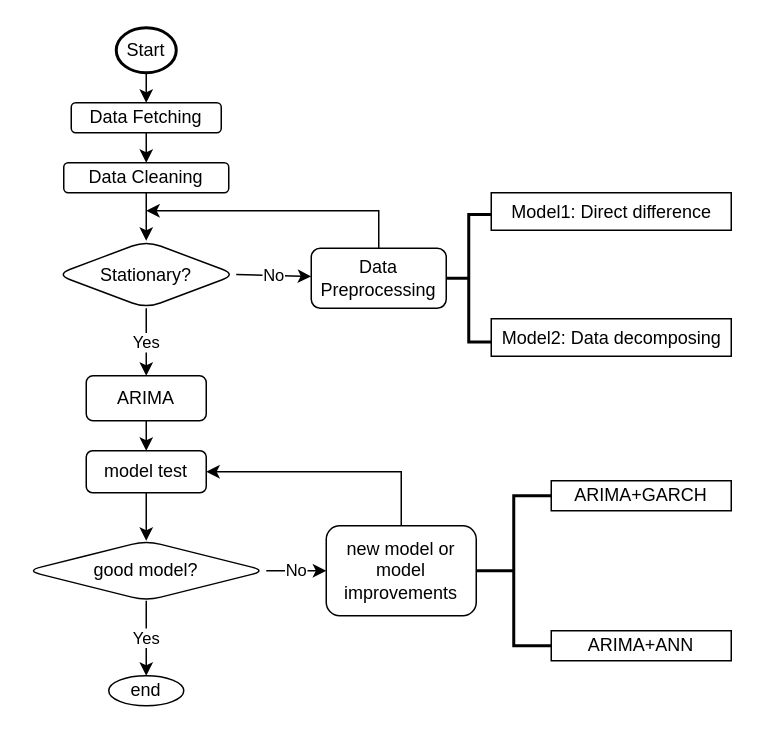
zzp1012/tesla-stock-prediction keeps this draw.io diagram as figures/Untitled Diagram.drawio. Above is the earlier version. Source tidied: cells renumbered, new cells numbered last; positions are measured from the earlier drawing's top-left corner, leaving out a move shared by most shapes. Both pictures are drawn from the tidied source at 150%, with x=0, y=0 at pixel (26, 27).
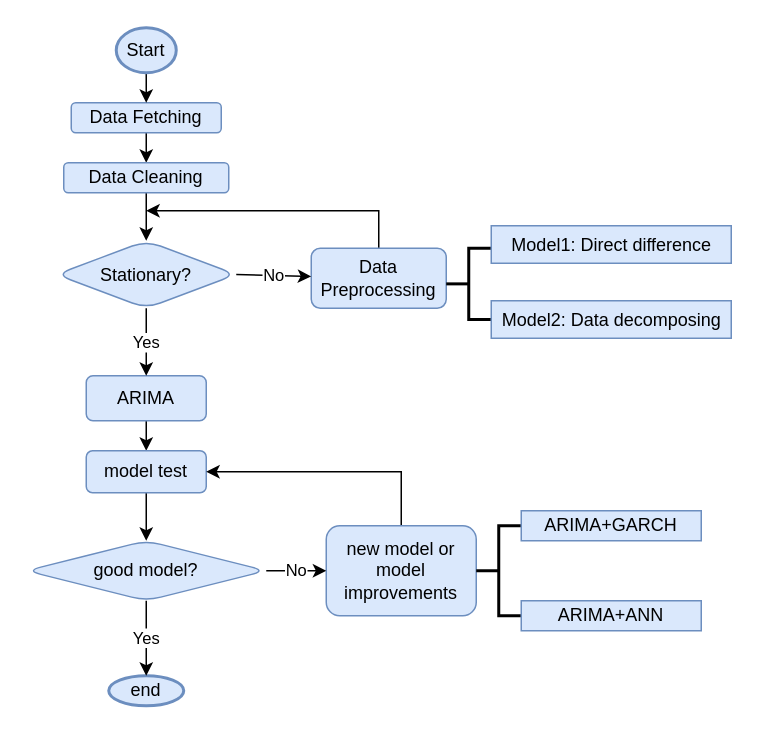
The same page after the edit.

The edit, as a diff of the source:
```diff
@@
-    <mxCell id="3" value="Data Fetching" style="rounded=1;whiteSpace=wrap;html=1;fontSize=12;glass=0;strokeWidth=1;shadow=0;" parent="1" vertex="1">
+    <mxCell id="3" value="Data Fetching" style="rounded=1;whiteSpace=wrap;html=1;fontSize=12;glass=0;strokeWidth=1;shadow=0;fillColor=#dae8fc;strokeColor=#6c8ebf;" parent="1" vertex="1">
       <mxGeometry x="30" y="50" width="100" height="20" as="geometry" />
     </mxCell>
@@
-    <mxCell id="5" value="Data Cleaning" style="rounded=1;whiteSpace=wrap;html=1;fontSize=12;glass=0;strokeWidth=1;shadow=0;" parent="1" vertex="1">
+    <mxCell id="5" value="Data Cleaning" style="rounded=1;whiteSpace=wrap;html=1;fontSize=12;glass=0;strokeWidth=1;shadow=0;fillColor=#dae8fc;strokeColor=#6c8ebf;" parent="1" vertex="1">
       <mxGeometry x="25" y="90" width="110" height="20" as="geometry" />
     </mxCell>
@@
-    <mxCell id="7" value="Start" style="strokeWidth=2;html=1;shape=mxgraph.flowchart.start_1;whiteSpace=wrap;" parent="1" vertex="1">
+    <mxCell id="7" value="Start" style="strokeWidth=2;html=1;shape=mxgraph.flowchart.start_1;whiteSpace=wrap;fillColor=#dae8fc;strokeColor=#6c8ebf;" parent="1" vertex="1">
       <mxGeometry x="60" width="40" height="30" as="geometry" />
     </mxCell>
-    <mxCell id="8" value="Stationary?" style="rhombus;whiteSpace=wrap;html=1;rounded=1;shadow=0;strokeWidth=1;glass=0;" parent="1" vertex="1">
+    <mxCell id="8" value="Stationary?" style="rhombus;whiteSpace=wrap;html=1;rounded=1;shadow=0;strokeWidth=1;glass=0;fillColor=#dae8fc;strokeColor=#6c8ebf;" parent="1" vertex="1">
       <mxGeometry x="20" y="142" width="120" height="45" as="geometry" />
     </mxCell>
@@
-    <mxCell id="10" value="Data Preprocessing" style="whiteSpace=wrap;html=1;rounded=1;shadow=0;strokeWidth=1;glass=0;" parent="1" vertex="1">
+    <mxCell id="10" value="Data Preprocessing" style="whiteSpace=wrap;html=1;rounded=1;shadow=0;strokeWidth=1;glass=0;fillColor=#dae8fc;strokeColor=#6c8ebf;" parent="1" vertex="1">
       <mxGeometry x="190" y="147" width="90" height="40" as="geometry" />
     </mxCell>
@@
-    <mxCell id="13" value="ARIMA" style="whiteSpace=wrap;html=1;rounded=1;shadow=0;strokeWidth=1;glass=0;" parent="1" vertex="1">
+    <mxCell id="13" value="ARIMA" style="whiteSpace=wrap;html=1;rounded=1;shadow=0;strokeWidth=1;glass=0;fillColor=#dae8fc;strokeColor=#6c8ebf;" parent="1" vertex="1">
       <mxGeometry x="40" y="232" width="80" height="30" as="geometry" />
     </mxCell>
@@
-    <mxCell id="16" value="model test" style="whiteSpace=wrap;html=1;rounded=1;shadow=0;strokeWidth=1;glass=0;" parent="1" vertex="1">
+    <mxCell id="16" value="model test" style="whiteSpace=wrap;html=1;rounded=1;shadow=0;strokeWidth=1;glass=0;fillColor=#dae8fc;strokeColor=#6c8ebf;" parent="1" vertex="1">
       <mxGeometry x="40" y="282" width="80" height="28" as="geometry" />
     </mxCell>
-    <mxCell id="17" value="good model?" style="rhombus;whiteSpace=wrap;html=1;rounded=1;shadow=0;strokeWidth=1;glass=0;" parent="1" vertex="1">
+    <mxCell id="17" value="good model?" style="rhombus;whiteSpace=wrap;html=1;rounded=1;shadow=0;strokeWidth=1;glass=0;fillColor=#dae8fc;strokeColor=#6c8ebf;" parent="1" vertex="1">
       <mxGeometry y="342" width="160" height="40" as="geometry" />
     </mxCell>
@@
-    <mxCell id="19" value="new model or model improvements" style="whiteSpace=wrap;html=1;rounded=1;shadow=0;strokeWidth=1;glass=0;" parent="1" vertex="1">
+    <mxCell id="19" value="new model or model improvements" style="whiteSpace=wrap;html=1;rounded=1;shadow=0;strokeWidth=1;glass=0;fillColor=#dae8fc;strokeColor=#6c8ebf;" parent="1" vertex="1">
       <mxGeometry x="200" y="332" width="100" height="60" as="geometry" />
     </mxCell>
@@
-    <mxCell id="21" value="end" style="ellipse;whiteSpace=wrap;html=1;rounded=1;shadow=0;strokeWidth=1;glass=0;" parent="1" vertex="1">
+    <mxCell id="21" value="end" style="ellipse;whiteSpace=wrap;html=1;rounded=1;shadow=0;strokeWidth=2;glass=0;fillColor=#dae8fc;strokeColor=#6c8ebf;" parent="1" vertex="1">
       <mxGeometry x="55" y="432" width="50" height="20" as="geometry" />
     </mxCell>
@@
     <mxCell id="23" style="strokeWidth=2;html=1;shape=mxgraph.flowchart.annotation_2;align=left;labelPosition=right;" parent="1" vertex="1">
-      <mxGeometry x="280" y="124.5" width="30" height="85" as="geometry" />
+      <mxGeometry x="280" y="147" width="30" height="47.5" as="geometry" />
     </mxCell>
-    <mxCell id="24" value="Model1: Direct difference" style="html=1;" parent="1" vertex="1">
-      <mxGeometry x="310" y="110" width="160" height="25" as="geometry" />
+    <mxCell id="24" value="Model1: Direct difference" style="html=1;fillColor=#dae8fc;strokeColor=#6c8ebf;" parent="1" vertex="1">
+      <mxGeometry x="310" y="132" width="160" height="25" as="geometry" />
     </mxCell>
-    <mxCell id="25" value="Model2: Data decomposing" style="html=1;" parent="1" vertex="1">
-      <mxGeometry x="310" y="194" width="160" height="25" as="geometry" />
+    <mxCell id="25" value="Model2: Data decomposing" style="html=1;fillColor=#dae8fc;strokeColor=#6c8ebf;" parent="1" vertex="1">
+      <mxGeometry x="310" y="182" width="160" height="25" as="geometry" />
     </mxCell>
@@
     <mxCell id="27" style="strokeWidth=2;html=1;shape=mxgraph.flowchart.annotation_2;align=left;labelPosition=right;" parent="1" vertex="1">
-      <mxGeometry x="300" y="312" width="50" height="100" as="geometry" />
+      <mxGeometry x="300" y="332" width="30" height="60" as="geometry" />
     </mxCell>
-    <mxCell id="28" value="ARIMA+GARCH" style="whiteSpace=wrap;html=1;align=center;" parent="1" vertex="1">
-      <mxGeometry x="350" y="302" width="120" height="20" as="geometry" />
+    <mxCell id="28" value="ARIMA+GARCH" style="whiteSpace=wrap;html=1;align=center;fillColor=#dae8fc;strokeColor=#6c8ebf;" parent="1" vertex="1">
+      <mxGeometry x="330" y="322" width="120" height="20" as="geometry" />
     </mxCell>
-    <mxCell id="29" value="ARIMA+ANN" style="whiteSpace=wrap;html=1;align=center;" parent="1" vertex="1">
-      <mxGeometry x="350" y="402" width="120" height="20" as="geometry" />
+    <mxCell id="29" value="ARIMA+ANN" style="whiteSpace=wrap;html=1;align=center;fillColor=#dae8fc;strokeColor=#6c8ebf;" parent="1" vertex="1">
+      <mxGeometry x="330" y="382" width="120" height="20" as="geometry" />
     </mxCell>
```
